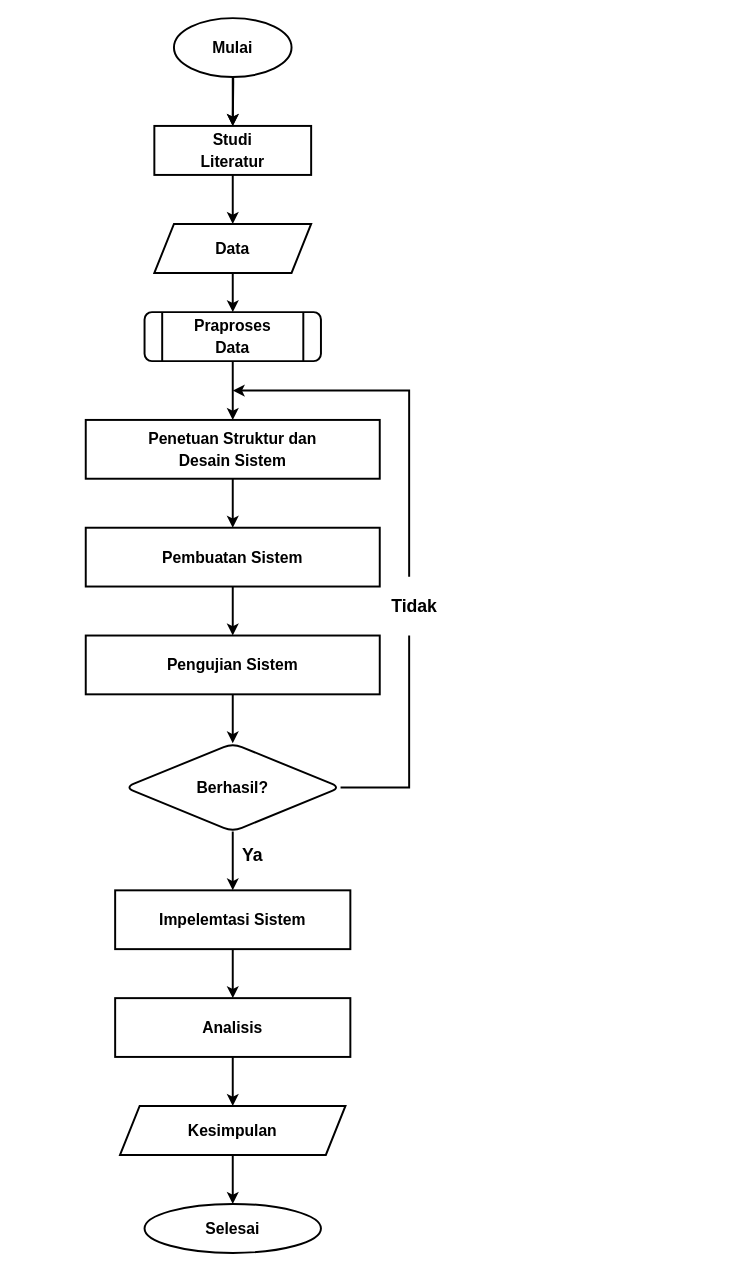
Earlier version of the draw.io diagram Untitled Diagram.drawio (Harlan-Aan/school-management). Source tidied: cells renumbered, new cells numbered last; positions are measured from the earlier drawing's top-left corner, leaving out a move shared by most shapes. Both pictures are drawn from the tidied source at 98%, with x=0, y=0 at pixel (85, 18).
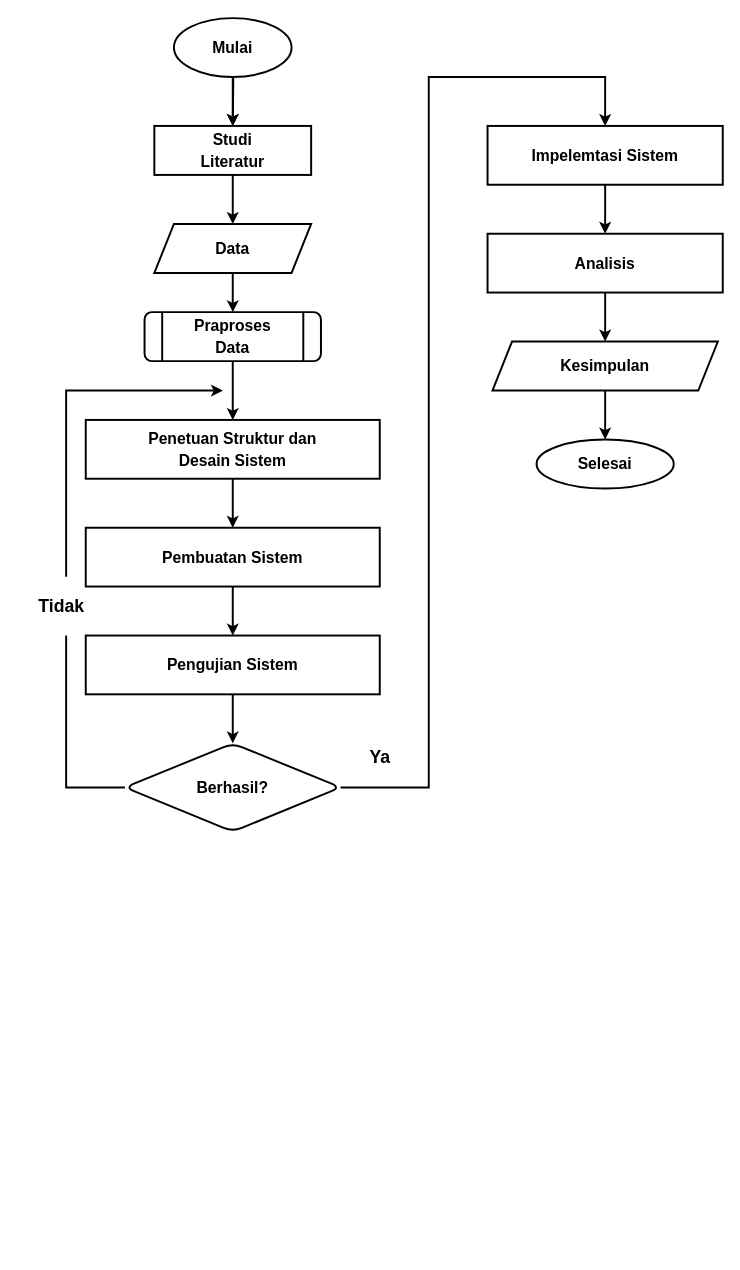
After the change.

Unchanged cells that the change refers to:
```xml
<mxCell id="19" value="&lt;font style=&quot;font-size: 16px&quot;&gt;Berhasil?&lt;/font&gt;" style="rhombus;whiteSpace=wrap;html=1;rounded=1;strokeWidth=2;fontStyle=1;fontFamily=Helvetica;spacing=40;fontSize=18;" parent="1" vertex="1">
  <mxGeometry x="40" y="740" width="220" height="90" as="geometry" />
</mxCell>
```

What changed in the source:
```diff
@@
-    <mxCell id="17" style="edgeStyle=orthogonalEdgeStyle;rounded=0;jettySize=auto;html=1;endArrow=none;endFill=0;strokeWidth=2;fontStyle=1;fontFamily=Helvetica;spacing=40;fontSize=18;" parent="1" edge="1" source="19" target="20">
-      <mxGeometry relative="1" as="geometry">
-        <Array as="points">
-          <mxPoint x="330" y="785" />
-        </Array>
-      </mxGeometry>
-    </mxCell>
+    <mxCell id="30" style="rounded=0;jettySize=auto;html=1;strokeWidth=2;endArrow=none;endFill=0;edgeStyle=elbowEdgeStyle;" parent="1" edge="1" source="19">
+      <mxGeometry relative="1" as="geometry">
+        <mxPoint x="-20" y="630" as="targetPoint" />
+        <Array as="points">
+          <mxPoint x="-20" y="700" />
+          <mxPoint x="-80" y="720" />
+          <mxPoint x="-80" y="630" />
+        </Array>
+      </mxGeometry>
+    </mxCell>
-    <mxCell id="18" style="edgeStyle=orthogonalEdgeStyle;rounded=0;jettySize=auto;html=1;endArrow=classic;endFill=1;strokeWidth=2;fontStyle=1;fontFamily=Helvetica;spacing=40;fontSize=18;" parent="1" edge="1" source="19" target="22">
-      <mxGeometry relative="1" as="geometry" />
+    <mxCell id="18" style="edgeStyle=orthogonalEdgeStyle;rounded=0;jettySize=auto;html=1;endArrow=classic;endFill=1;strokeWidth=2;entryX=0.5;entryY=0;entryDx=0;entryDy=0;" parent="1" edge="1" source="19" target="22">
+      <mxGeometry relative="1" as="geometry">
+        <Array as="points">
+          <mxPoint x="350" y="785" />
+          <mxPoint x="350" y="60" />
+          <mxPoint x="530" y="60" />
+        </Array>
+      </mxGeometry>
     </mxCell>
@@
+    <mxCell id="31" style="edgeStyle=orthogonalEdgeStyle;rounded=0;jettySize=auto;html=1;endArrow=classic;endFill=1;strokeWidth=2;" parent="1" edge="1" source="20">
+      <mxGeometry relative="1" as="geometry">
+        <mxPoint x="140" y="380" as="targetPoint" />
+        <Array as="points">
+          <mxPoint x="-20" y="380" />
+        </Array>
+      </mxGeometry>
+    </mxCell>
     <mxCell id="20" value="Tidak" style="text;html=1;align=center;verticalAlign=middle;points=[];strokeWidth=3;fontStyle=1;fontFamily=Helvetica;spacing=16;fontSize=18;" parent="1" vertex="1">
-      <mxGeometry x="290" y="570" width="90" height="60" as="geometry" />
+      <mxGeometry x="-70" y="570" width="90" height="60" as="geometry" />
     </mxCell>
@@
     <mxCell id="22" value="&lt;font style=&quot;font-size: 16px&quot;&gt;Impelemtasi Sistem&lt;/font&gt;" style="whiteSpace=wrap;html=1;rounded=0;strokeWidth=2;fontStyle=1;fontFamily=Helvetica;spacing=40;fontSize=18;" parent="1" vertex="1">
-      <mxGeometry x="30" y="890" width="240" height="60" as="geometry" />
+      <mxGeometry x="410" y="110" width="240" height="60" as="geometry" />
     </mxCell>
     <mxCell id="23" value="Ya" style="text;html=1;align=center;verticalAlign=middle;strokeWidth=2;fontStyle=1;fontFamily=Helvetica;spacing=40;fontSize=18;" parent="1" vertex="1">
-      <mxGeometry x="110" y="800" width="120" height="110" as="geometry" />
+      <mxGeometry x="240" y="700" width="120" height="110" as="geometry" />
     </mxCell>
     <mxCell id="24" value="&lt;font style=&quot;font-size: 16px&quot;&gt;Selesai&lt;/font&gt;" style="ellipse;whiteSpace=wrap;html=1;rounded=1;strokeWidth=2;fontStyle=1;fontFamily=Helvetica;spacing=40;fontSize=18;" parent="1" vertex="1">
-      <mxGeometry x="60" y="1210" width="180" height="50" as="geometry" />
+      <mxGeometry x="460" y="430" width="140" height="50" as="geometry" />
     </mxCell>
-    <mxCell id="25" style="edgeStyle=orthogonalEdgeStyle;rounded=0;jumpSize=2;orthogonalLoop=1;jettySize=auto;html=1;endArrow=classic;endFill=1;strokeWidth=2;fontFamily=Helvetica;fontSize=18;" parent="1" edge="1">
-      <mxGeometry relative="1" as="geometry">
-        <mxPoint x="330" y="570" as="sourcePoint" />
-        <mxPoint x="150" y="380" as="targetPoint" />
-        <Array as="points">
-          <mxPoint x="330" y="380" />
-        </Array>
-      </mxGeometry>
-    </mxCell>
@@
     <mxCell id="27" value="&lt;font style=&quot;font-size: 16px&quot;&gt;Analisis&lt;/font&gt;" style="whiteSpace=wrap;html=1;rounded=0;strokeWidth=2;fontStyle=1;fontFamily=Helvetica;spacing=40;fontSize=18;" parent="1" vertex="1">
-      <mxGeometry x="30" y="1000" width="240" height="60" as="geometry" />
+      <mxGeometry x="410" y="220" width="240" height="60" as="geometry" />
     </mxCell>
@@
     <mxCell id="29" value="&lt;b&gt;&lt;font style=&quot;font-size: 16px&quot;&gt;Kesimpulan&lt;/font&gt;&lt;/b&gt;" style="shape=parallelogram;perimeter=parallelogramPerimeter;whiteSpace=wrap;html=1;fixedSize=1;strokeWidth=2;" parent="1" vertex="1">
-      <mxGeometry x="35" y="1110" width="230" height="50" as="geometry" />
+      <mxGeometry x="415" y="330" width="230" height="50" as="geometry" />
     </mxCell>
```
